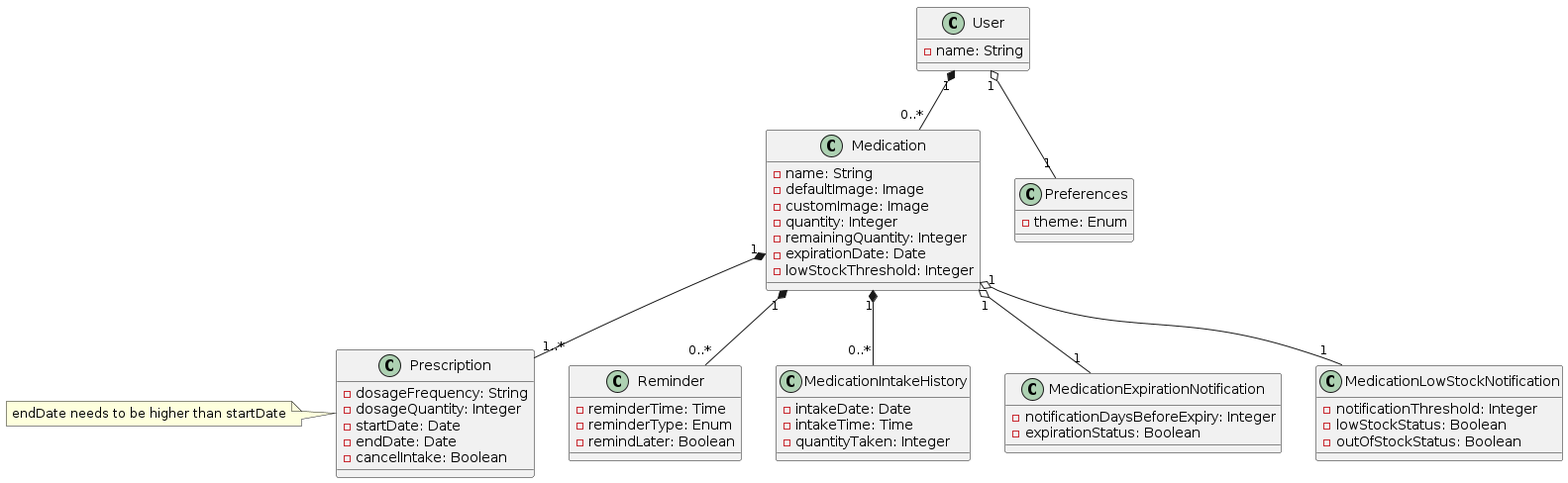
Earlier version of the PlantUML export assets/diagrams/domain_model/domain_model.png (YZ1GO/L.EIC017_ES_PRJ).
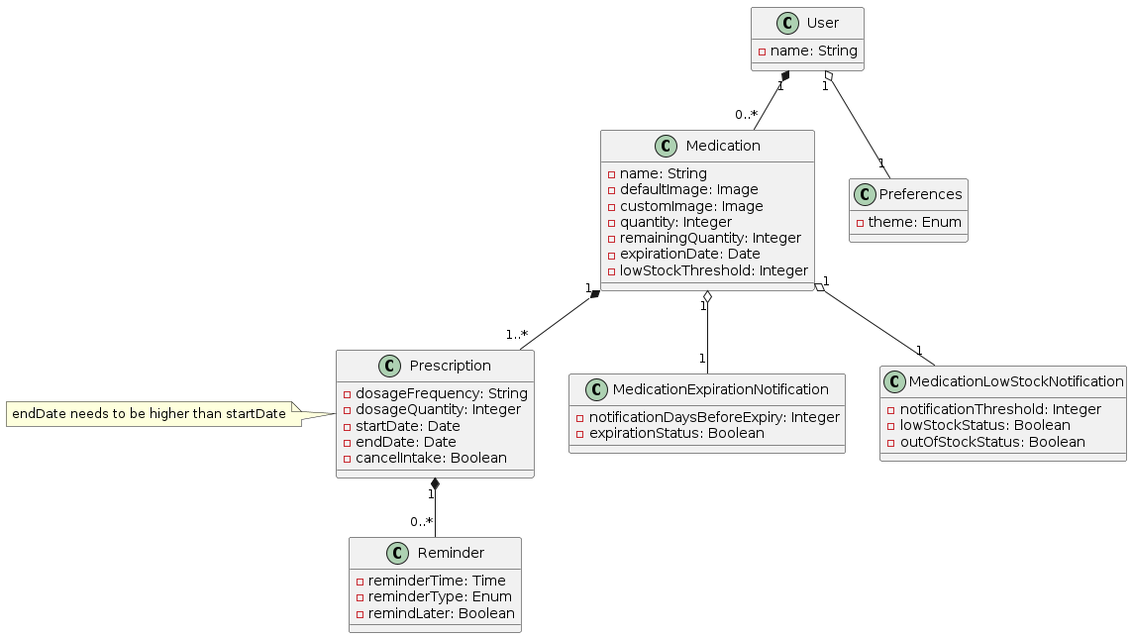
After the change.

Commit message:
readjusted domain model

Change to the diagram source:
```diff
@@ -36,12 +36,6 @@
     - name: String
 }
 
-class MedicationIntakeHistory {
-    - intakeDate: Date
-    - intakeTime: Time
-    - quantityTaken: Integer
-}
-
 class MedicationExpirationNotification {
     - notificationDaysBeforeExpiry: Integer
     - expirationStatus: Boolean
@@ -54,10 +48,9 @@
 }
 
 Medication "1" *-- "1..*" Prescription
-Medication "1" *-- "0..*" Reminder
-Medication "1" *-- "0..*" MedicationIntakeHistory
 Medication "1" o-- "1" MedicationExpirationNotification
 Medication "1" o-- "1" MedicationLowStockNotification
+Prescription "1" *-- "0..*" Reminder
 User "1" o-- "1" Preferences
 User "1" *-- "0..*" Medication
 
```
